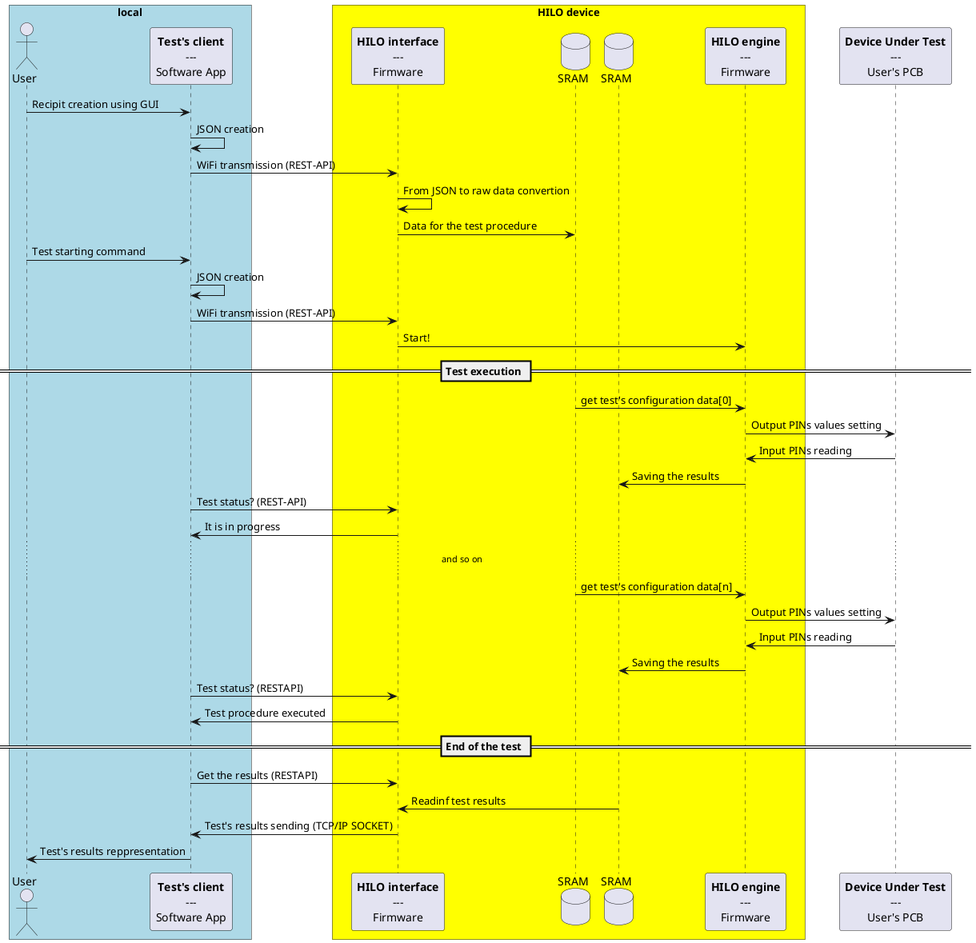
Above: images/overviewFirmwarSequenceDiagram.png in catinella/HILO (PlantUML), before the change.
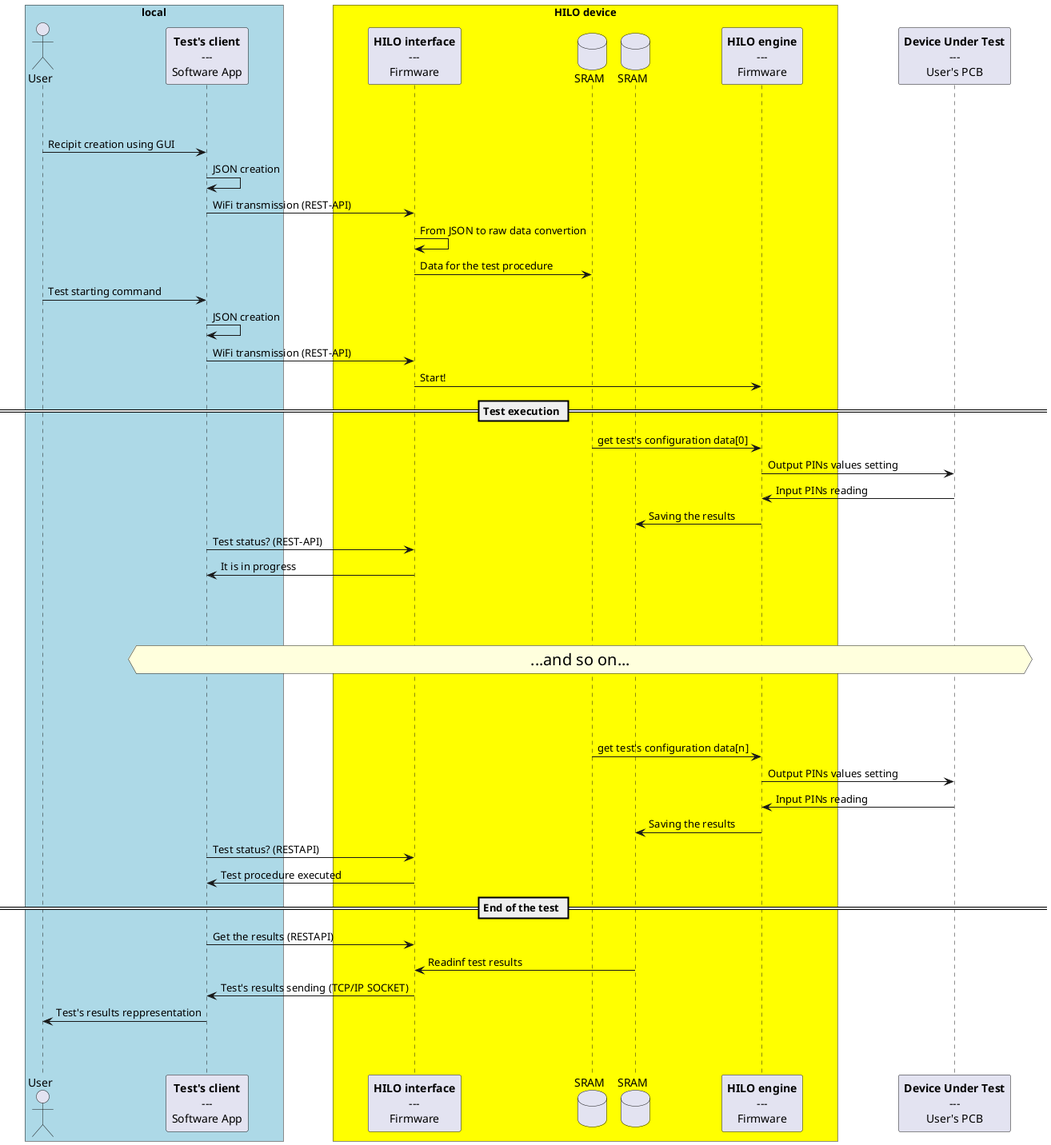
The same diagram one commit later.

Diff of the diagram source:
```diff
@@ -1,7 +1,7 @@
 @startuml
 
-skinparam ParticipantPadding 20
-skinparam BoxPadding 10
+skinparam ParticipantPadding 40
+skinparam BoxPadding 30
 
 
 actor "User" as USER
@@ -46,6 +46,9 @@
 ]
 
 
+|||
+|||
+
 USER   -> TCL:    Recipit creation using GUI
 TCL    -> TCL:    JSON creation
 TCL    -> HILOIF: WiFi transmission (REST-API)
@@ -66,7 +69,15 @@
 TCL    -> HILOIF: Test status? (REST-API)
 HILOIF -> TCL:    It is in progress
 
-... and so on...
+|||
+|||
+|||
+hnote over TCL, DUT
+	<size:20>...and so on...</size>
+end note
+|||
+|||
+|||
 
 SRAM1  -> HILOEN: get test's configuration data[n]
 HILOEN -> DUT:    Output PINs values setting
@@ -82,4 +93,8 @@
 SRAM2  -> HILOIF: Readinf test results
 HILOIF -> TCL:    Test's results sending (TCP/IP SOCKET)
 TCL    -> USER:   Test's results reppresentation
+
+|||
+|||
+
 @enduml
```
